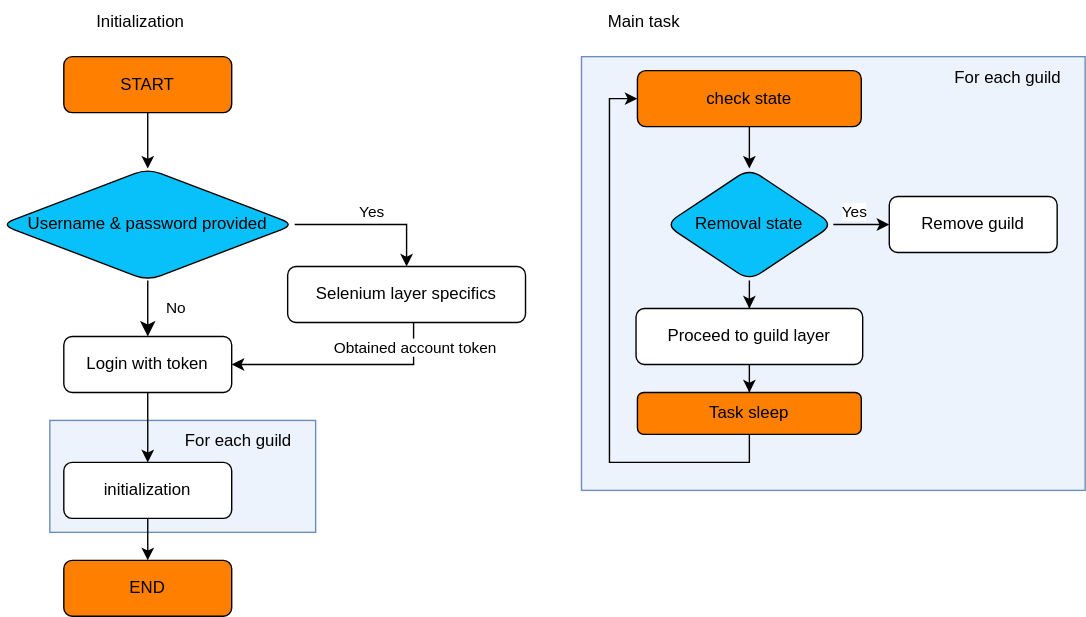
This is docs/thesis/images/daf-account-layer-flowchart.svg from davidhozic/discord-advertisement-framework, a draw.io export, as it was before one commit. Source tidied: cells renumbered, new cells last; positions are measured from the earlier drawing's top-left corner, leaving out a move shared by most shapes.
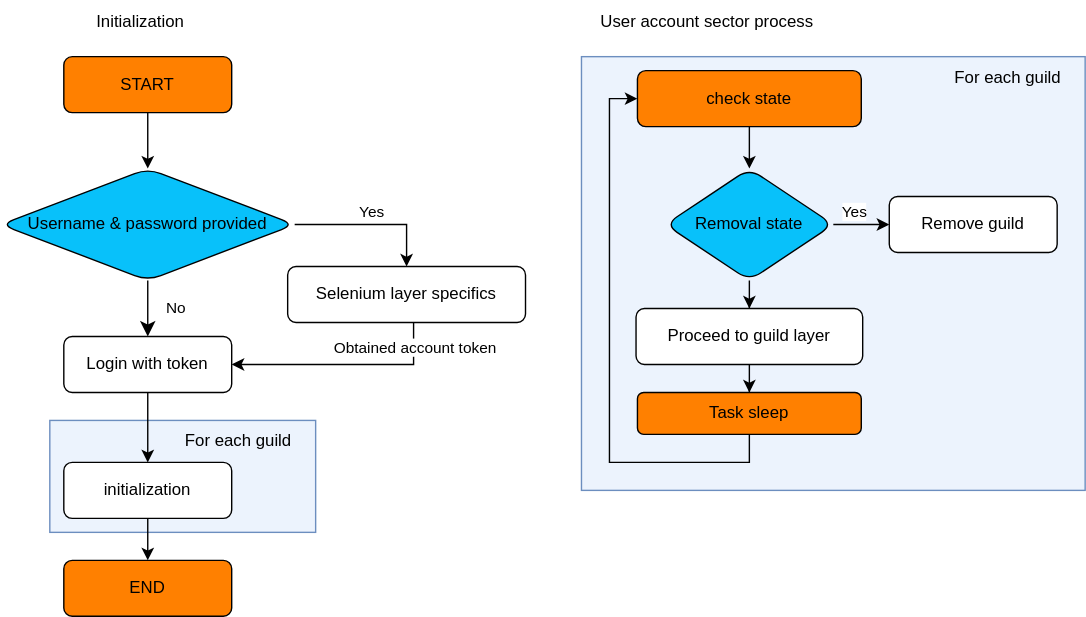
The same file after the commit.

Diff of the diagram source:
```diff
@@ -118,8 +118,8 @@
     <mxCell id="32" value="Initialization" style="text;html=1;strokeColor=none;fillColor=none;align=center;verticalAlign=middle;whiteSpace=wrap;rounded=0;" parent="1" vertex="1">
       <mxGeometry x="45" width="110" height="30" as="geometry" />
     </mxCell>
-    <mxCell id="33" value="Main task" style="text;html=1;strokeColor=none;fillColor=none;align=center;verticalAlign=middle;whiteSpace=wrap;rounded=0;" parent="1" vertex="1">
-      <mxGeometry x="405" width="110" height="30" as="geometry" />
+    <mxCell id="33" value="User account sector process" style="text;html=1;strokeColor=none;fillColor=none;align=center;verticalAlign=middle;whiteSpace=wrap;rounded=0;" parent="1" vertex="1">
+      <mxGeometry x="415" width="180" height="30" as="geometry" />
     </mxCell>
     <mxCell id="34" value="For each guild" style="text;html=1;strokeColor=none;fillColor=none;align=center;verticalAlign=middle;whiteSpace=wrap;rounded=0;" parent="1" vertex="1">
       <mxGeometry x="115" y="300" width="110" height="30" as="geometry" />
```
